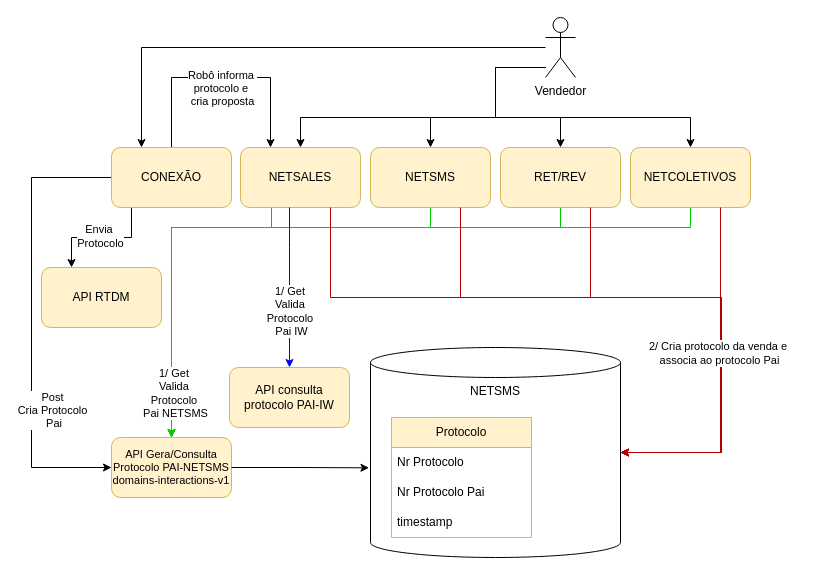
Earlier version of the draw.io diagram page "v5" (5 of 5) of 120276 /123559 - RGC765 (Atendimento) - Geração de Protocolo em Canais de Vendas.drawio (samirali/ClaroBrasil). Source tidied: cells renumbered, new cells numbered last; positions are measured from the earlier drawing's top-left corner, leaving out a move shared by most shapes. Both pictures are drawn from the tidied source at 100%, with x=0, y=0 at pixel (31, 17).
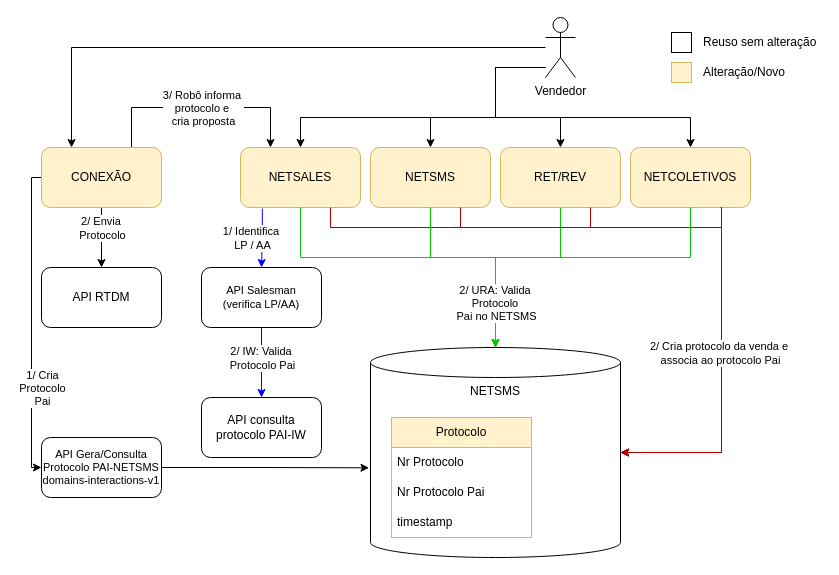
The same diagram, later.

Unchanged cells that the change refers to:
```xml
<mxCell id="3" value="NETSALES" style="rounded=1;whiteSpace=wrap;html=1;fillColor=#fff2cc;strokeColor=#d6b656;" parent="1" vertex="1">
  <mxGeometry x="209" y="130" width="120" height="60" as="geometry" />
</mxCell>
<mxCell id="5" value="NETSMS" style="rounded=1;whiteSpace=wrap;html=1;fillColor=#fff2cc;strokeColor=#d6b656;" parent="1" vertex="1">
  <mxGeometry x="339" y="130" width="120" height="60" as="geometry" />
</mxCell>
<mxCell id="7" value="RET/REV" style="rounded=1;whiteSpace=wrap;html=1;fillColor=#fff2cc;strokeColor=#d6b656;" parent="1" vertex="1">
  <mxGeometry x="469" y="130" width="120" height="60" as="geometry" />
</mxCell>
<mxCell id="9" value="NETCOLETIVOS" style="rounded=1;whiteSpace=wrap;html=1;fillColor=#fff2cc;strokeColor=#d6b656;" parent="1" vertex="1">
  <mxGeometry x="599" y="130" width="120" height="60" as="geometry" />
</mxCell>
<mxCell id="15" value="NETSMS" style="shape=cylinder3;whiteSpace=wrap;html=1;boundedLbl=1;backgroundOutline=1;size=15;verticalAlign=top;" parent="1" vertex="1">
  <mxGeometry x="339" y="330" width="250" height="210" as="geometry" />
</mxCell>
<mxCell id="23" style="edgeStyle=orthogonalEdgeStyle;rounded=0;jettySize=auto;html=1;exitX=0;exitY=0.5;exitDx=0;exitDy=0;entryX=0;entryY=0.5;entryDx=0;entryDy=0;" parent="1" edge="1" source="27" target="29">
  <mxGeometry relative="1" as="geometry">
    <Array as="points">
      <mxPoint y="160" />
      <mxPoint y="450" />
    </Array>
  </mxGeometry>
</mxCell>
```

Change to the diagram source:
```diff
@@
-    <mxCell id="2" style="edgeStyle=orthogonalEdgeStyle;rounded=0;jettySize=auto;html=1;entryX=0.5;entryY=0;entryDx=0;entryDy=0;strokeColor=#00CC00;" parent="1" edge="1" source="3" target="29">
-      <mxGeometry relative="1" as="geometry">
-        <Array as="points">
-          <mxPoint x="240" y="210" />
-          <mxPoint x="140" y="210" />
-        </Array>
-      </mxGeometry>
-    </mxCell>
+    <mxCell id="40" style="edgeStyle=orthogonalEdgeStyle;rounded=0;jettySize=auto;html=1;entryX=0.5;entryY=0;entryDx=0;entryDy=0;exitX=0.182;exitY=1.02;exitDx=0;exitDy=0;exitPerimeter=0;strokeColor=#0000FF;" parent="1" edge="1" source="3" target="45">
+      <mxGeometry relative="1" as="geometry" />
+    </mxCell>
+    <mxCell id="41" value="1/ Identifica&amp;nbsp;&lt;div&gt;LP / AA&lt;/div&gt;" style="edgeLabel;html=1;align=center;verticalAlign=middle;" parent="40" vertex="1">
+      <mxGeometry x="0.5" y="-2" relative="1" as="geometry">
+        <mxPoint x="-8" y="-15" as="offset" />
+      </mxGeometry>
+    </mxCell>
@@
-    <mxCell id="4" style="edgeStyle=orthogonalEdgeStyle;rounded=0;jettySize=auto;html=1;entryX=0.5;entryY=0;entryDx=0;entryDy=0;strokeColor=#00CC00;" parent="1" edge="1" source="5" target="29">
-      <mxGeometry relative="1" as="geometry">
-        <Array as="points">
-          <mxPoint x="399" y="210" />
-          <mxPoint x="140" y="210" />
-        </Array>
-      </mxGeometry>
-    </mxCell>
@@
-    <mxCell id="6" style="edgeStyle=orthogonalEdgeStyle;rounded=0;jettySize=auto;html=1;strokeColor=#00CC00;" parent="1" edge="1" source="7" target="29">
-      <mxGeometry relative="1" as="geometry">
-        <Array as="points">
-          <mxPoint x="529" y="210" />
-          <mxPoint x="140" y="210" />
-        </Array>
-      </mxGeometry>
-    </mxCell>
+    <mxCell id="42" style="edgeStyle=orthogonalEdgeStyle;rounded=0;jettySize=auto;html=1;strokeColor=#00CC00;" parent="1" edge="1" source="7" target="15">
+      <mxGeometry relative="1" as="geometry">
+        <Array as="points">
+          <mxPoint x="529" y="240" />
+          <mxPoint x="464" y="240" />
+        </Array>
+      </mxGeometry>
+    </mxCell>
@@
-    <mxCell id="8" style="edgeStyle=orthogonalEdgeStyle;rounded=0;jettySize=auto;html=1;strokeColor=#00CC00;" parent="1" edge="1" source="9" target="29">
-      <mxGeometry relative="1" as="geometry">
-        <Array as="points">
-          <mxPoint x="659" y="210" />
-          <mxPoint x="140" y="210" />
-        </Array>
-      </mxGeometry>
-    </mxCell>
@@
     <mxCell id="16" style="edgeStyle=orthogonalEdgeStyle;rounded=0;jettySize=auto;html=1;entryX=1;entryY=0.5;entryDx=0;entryDy=0;entryPerimeter=0;exitX=0.75;exitY=1;exitDx=0;exitDy=0;fillColor=#e51400;strokeColor=#B20000;" parent="1" edge="1" source="3" target="15">
       <mxGeometry relative="1" as="geometry">
         <Array as="points">
-          <mxPoint x="299" y="280" />
-          <mxPoint x="690" y="280" />
+          <mxPoint x="299" y="210" />
+          <mxPoint x="690" y="210" />
           <mxPoint x="690" y="435" />
         </Array>
       </mxGeometry>
     </mxCell>
     <mxCell id="17" style="edgeStyle=orthogonalEdgeStyle;rounded=0;jettySize=auto;html=1;entryX=1;entryY=0.5;entryDx=0;entryDy=0;entryPerimeter=0;exitX=0.75;exitY=1;exitDx=0;exitDy=0;fillColor=#e51400;strokeColor=#B20000;" parent="1" edge="1" source="5" target="15">
       <mxGeometry relative="1" as="geometry">
         <Array as="points">
-          <mxPoint x="429" y="280" />
-          <mxPoint x="690" y="280" />
+          <mxPoint x="429" y="210" />
+          <mxPoint x="690" y="210" />
           <mxPoint x="690" y="435" />
         </Array>
       </mxGeometry>
     </mxCell>
     <mxCell id="18" style="edgeStyle=orthogonalEdgeStyle;rounded=0;jettySize=auto;html=1;entryX=1;entryY=0.5;entryDx=0;entryDy=0;entryPerimeter=0;exitX=0.75;exitY=1;exitDx=0;exitDy=0;fillColor=#e51400;strokeColor=#B20000;" parent="1" edge="1" source="7" target="15">
       <mxGeometry relative="1" as="geometry">
         <Array as="points">
-          <mxPoint x="559" y="280" />
-          <mxPoint x="690" y="280" />
+          <mxPoint x="559" y="210" />
+          <mxPoint x="690" y="210" />
           <mxPoint x="690" y="435" />
         </Array>
       </mxGeometry>
     </mxCell>
-    <mxCell id="19" style="edgeStyle=orthogonalEdgeStyle;rounded=0;jettySize=auto;html=1;entryX=1;entryY=0.5;entryDx=0;entryDy=0;entryPerimeter=0;exitX=0.75;exitY=1;exitDx=0;exitDy=0;fillColor=#e51400;strokeColor=#B20000;" parent="1" edge="1" source="9" target="15">
-      <mxGeometry relative="1" as="geometry" />
+    <mxCell id="19" style="edgeStyle=orthogonalEdgeStyle;rounded=0;jettySize=auto;html=1;entryX=1;entryY=0.5;entryDx=0;entryDy=0;entryPerimeter=0;fillColor=#e51400;strokeColor=#B20000;exitX=0.75;exitY=1;exitDx=0;exitDy=0;" parent="1" edge="1" source="9" target="15">
+      <mxGeometry relative="1" as="geometry">
+        <Array as="points">
+          <mxPoint x="690" y="190" />
+          <mxPoint x="690" y="435" />
+        </Array>
+      </mxGeometry>
     </mxCell>
@@
-    <mxCell id="21" style="edgeStyle=orthogonalEdgeStyle;rounded=0;jettySize=auto;html=1;entryX=0.25;entryY=0;entryDx=0;entryDy=0;exitX=0.5;exitY=0;exitDx=0;exitDy=0;" parent="1" edge="1" source="27" target="3">
+    <mxCell id="21" style="edgeStyle=orthogonalEdgeStyle;rounded=0;jettySize=auto;html=1;entryX=0.25;entryY=0;entryDx=0;entryDy=0;exitX=0.75;exitY=0;exitDx=0;exitDy=0;" parent="1" edge="1" source="27" target="3">
       <mxGeometry relative="1" as="geometry">
         <Array as="points">
-          <mxPoint x="140" y="60" />
-          <mxPoint x="239" y="60" />
+          <mxPoint x="100" y="90" />
+          <mxPoint x="239" y="90" />
         </Array>
       </mxGeometry>
     </mxCell>
-    <mxCell id="22" value="Robô informa&amp;nbsp;&lt;div&gt;protocolo e&amp;nbsp;&lt;/div&gt;&lt;div&gt;cria proposta&lt;/div&gt;" style="edgeLabel;html=1;align=center;verticalAlign=middle;" parent="21" vertex="1">
+    <mxCell id="22" value="3/ Robô informa&amp;nbsp;&lt;div&gt;protocolo e&amp;nbsp;&lt;/div&gt;&lt;div&gt;cria proposta&lt;/div&gt;" style="edgeLabel;html=1;align=center;verticalAlign=middle;" parent="21" vertex="1">
       <mxGeometry x="-0.05" y="2" relative="1" as="geometry">
-        <mxPoint x="6" y="12" as="offset" />
+        <mxPoint x="7" y="2" as="offset" />
       </mxGeometry>
     </mxCell>
@@
-    <mxCell id="24" value="Post&lt;div&gt;Cria Protocolo&lt;/div&gt;&lt;div&gt;&amp;nbsp;Pai&lt;/div&gt;" style="edgeLabel;html=1;align=center;verticalAlign=middle;" parent="23" vertex="1">
+    <mxCell id="24" value="&lt;div&gt;1/ Cria&lt;/div&gt;&lt;div&gt;Protocolo&lt;/div&gt;&lt;div&gt;&lt;span style=&quot;background-color: light-dark(#ffffff, var(--ge-dark-color, #121212)); color: light-dark(rgb(0, 0, 0), rgb(255, 255, 255));&quot;&gt;Pai&lt;/span&gt;&lt;/div&gt;" style="edgeLabel;html=1;align=center;verticalAlign=middle;" parent="23" vertex="1">
       <mxGeometry x="-0.27" relative="1" as="geometry">
-        <mxPoint x="20" y="148" as="offset" />
+        <mxPoint x="10" y="107" as="offset" />
       </mxGeometry>
     </mxCell>
-    <mxCell id="25" style="edgeStyle=orthogonalEdgeStyle;rounded=0;jettySize=auto;html=1;entryX=0.25;entryY=0;entryDx=0;entryDy=0;" parent="1" edge="1" source="27" target="39">
-      <mxGeometry relative="1" as="geometry">
-        <Array as="points">
-          <mxPoint x="100" y="220" />
-          <mxPoint x="40" y="220" />
-        </Array>
-      </mxGeometry>
+    <mxCell id="25" style="edgeStyle=orthogonalEdgeStyle;rounded=0;jettySize=auto;html=1;entryX=0.5;entryY=0;entryDx=0;entryDy=0;exitX=0.5;exitY=1;exitDx=0;exitDy=0;" parent="1" edge="1" source="27" target="39">
+      <mxGeometry relative="1" as="geometry" />
     </mxCell>
-    <mxCell id="26" value="Envia&amp;nbsp;&lt;div&gt;Protocolo&lt;/div&gt;" style="edgeLabel;html=1;align=center;verticalAlign=middle;" parent="25" vertex="1">
+    <mxCell id="26" value="2/ Envia&amp;nbsp;&lt;div&gt;Protocolo&lt;/div&gt;" style="edgeLabel;html=1;align=center;verticalAlign=middle;" parent="25" vertex="1">
       <mxGeometry x="0.2" y="-2" relative="1" as="geometry">
-        <mxPoint x="10" as="offset" />
+        <mxPoint x="2" y="-16" as="offset" />
       </mxGeometry>
     </mxCell>
     <mxCell id="27" value="CONEXÃO" style="rounded=1;whiteSpace=wrap;html=1;fillColor=#fff2cc;strokeColor=#d6b656;" parent="1" vertex="1">
-      <mxGeometry x="80" y="130" width="120" height="60" as="geometry" />
+      <mxGeometry x="10" y="130" width="120" height="60" as="geometry" />
     </mxCell>
@@
-    <mxCell id="29" value="API Gera/Consulta Protocolo PAI-NETSMS&lt;div&gt;domains-interactions-v1&lt;/div&gt;" style="rounded=1;whiteSpace=wrap;html=1;fillColor=#fff2cc;strokeColor=#d6b656;fontSize=11;" parent="1" vertex="1">
-      <mxGeometry x="80" y="420" width="120" height="60" as="geometry" />
+    <mxCell id="29" value="API Gera/Consulta Protocolo PAI-NETSMS&lt;div&gt;domains-interactions-v1&lt;/div&gt;" style="rounded=1;whiteSpace=wrap;html=1;fontSize=11;" parent="1" vertex="1">
+      <mxGeometry x="10" y="420" width="120" height="60" as="geometry" />
     </mxCell>
@@
-    <mxCell id="35" value="API consulta protocolo PAI-IW" style="rounded=1;whiteSpace=wrap;html=1;fillColor=#fff2cc;strokeColor=#d6b656;" parent="1" vertex="1">
-      <mxGeometry x="198" y="350" width="120" height="60" as="geometry" />
+    <mxCell id="35" value="API consulta protocolo PAI-IW" style="rounded=1;whiteSpace=wrap;html=1;" parent="1" vertex="1">
+      <mxGeometry x="170" y="380" width="120" height="60" as="geometry" />
     </mxCell>
-    <mxCell id="36" style="edgeStyle=orthogonalEdgeStyle;rounded=0;jettySize=auto;html=1;strokeColor=#0000FF;" parent="1" edge="1" source="3" target="35">
-      <mxGeometry relative="1" as="geometry">
-        <Array as="points">
-          <mxPoint x="258" y="230" />
-          <mxPoint x="258" y="230" />
-        </Array>
-      </mxGeometry>
-    </mxCell>
-    <mxCell id="37" value="1/ Get&amp;nbsp;&lt;div&gt;Valida&amp;nbsp;&lt;/div&gt;&lt;div&gt;Protocolo&amp;nbsp;&lt;/div&gt;&lt;div&gt;Pai IW&lt;/div&gt;" style="edgeLabel;html=1;align=center;verticalAlign=middle;" parent="36" vertex="1">
-      <mxGeometry x="0.29" y="1" relative="1" as="geometry" />
-    </mxCell>
-    <mxCell id="38" value="1/ Get&amp;nbsp;&lt;div&gt;Valida&amp;nbsp;&lt;/div&gt;&lt;div&gt;Protocolo&amp;nbsp;&lt;/div&gt;&lt;div&gt;Pai NETSMS&lt;/div&gt;" style="edgeLabel;html=1;align=center;verticalAlign=middle;" parent="1" vertex="1">
-      <mxGeometry x="230" y="400" as="geometry">
-        <mxPoint x="-87" y="-25" as="offset" />
-      </mxGeometry>
-    </mxCell>
-    <mxCell id="39" value="API RTDM" style="rounded=1;whiteSpace=wrap;html=1;fillColor=#fff2cc;strokeColor=#d6b656;" parent="1" vertex="1">
+    <mxCell id="39" value="API RTDM" style="rounded=1;whiteSpace=wrap;html=1;" parent="1" vertex="1">
       <mxGeometry x="10" y="250" width="120" height="60" as="geometry" />
     </mxCell>
+    <mxCell id="43" style="edgeStyle=orthogonalEdgeStyle;rounded=0;jettySize=auto;html=1;entryX=0.5;entryY=0;entryDx=0;entryDy=0;strokeColor=#0000FF;" parent="1" edge="1" target="35">
+      <mxGeometry relative="1" as="geometry">
+        <mxPoint x="230" y="300" as="sourcePoint" />
+        <Array as="points">
+          <mxPoint x="230" y="370" />
+          <mxPoint x="230" y="370" />
+        </Array>
+      </mxGeometry>
+    </mxCell>
+    <mxCell id="44" value="2/ IW: &lt;span style=&quot;background-color: light-dark(#ffffff, var(--ge-dark-color, #121212)); color: light-dark(rgb(0, 0, 0), rgb(255, 255, 255));&quot;&gt;Valida&amp;nbsp;&lt;/span&gt;&lt;div&gt;Protocolo&amp;nbsp;&lt;span style=&quot;background-color: light-dark(#ffffff, var(--ge-dark-color, #121212)); color: light-dark(rgb(0, 0, 0), rgb(255, 255, 255));&quot;&gt;Pai&lt;/span&gt;&lt;/div&gt;" style="edgeLabel;html=1;align=center;verticalAlign=middle;" parent="43" vertex="1">
+      <mxGeometry x="-0.29" y="1" relative="1" as="geometry">
+        <mxPoint x="-1" y="12" as="offset" />
+      </mxGeometry>
+    </mxCell>
+    <mxCell id="45" value="API Salesman&lt;div&gt;(verifica LP/AA)&lt;/div&gt;" style="rounded=1;whiteSpace=wrap;html=1;fontSize=11;" parent="1" vertex="1">
+      <mxGeometry x="170" y="250" width="120" height="60" as="geometry" />
+    </mxCell>
+    <mxCell id="46" style="edgeStyle=orthogonalEdgeStyle;rounded=0;jettySize=auto;html=1;entryX=0.5;entryY=0;entryDx=0;entryDy=0;entryPerimeter=0;strokeColor=#00CC00;" parent="1" edge="1" source="3" target="15">
+      <mxGeometry relative="1" as="geometry">
+        <Array as="points">
+          <mxPoint x="269" y="240" />
+          <mxPoint x="464" y="240" />
+        </Array>
+      </mxGeometry>
+    </mxCell>
+    <mxCell id="47" style="edgeStyle=orthogonalEdgeStyle;rounded=0;jettySize=auto;html=1;entryX=0.5;entryY=0;entryDx=0;entryDy=0;entryPerimeter=0;strokeColor=#00CC00;" parent="1" edge="1" source="5" target="15">
+      <mxGeometry relative="1" as="geometry">
+        <Array as="points">
+          <mxPoint x="399" y="240" />
+          <mxPoint x="464" y="240" />
+        </Array>
+      </mxGeometry>
+    </mxCell>
+    <mxCell id="48" style="edgeStyle=orthogonalEdgeStyle;rounded=0;jettySize=auto;html=1;entryX=0.5;entryY=0;entryDx=0;entryDy=0;entryPerimeter=0;strokeColor=#00CC00;" parent="1" edge="1" source="9" target="15">
+      <mxGeometry relative="1" as="geometry">
+        <Array as="points">
+          <mxPoint x="659" y="240" />
+          <mxPoint x="464" y="240" />
+        </Array>
+      </mxGeometry>
+    </mxCell>
+    <mxCell id="49" value="2/ URA:&amp;nbsp;&lt;span style=&quot;color: light-dark(rgb(0, 0, 0), rgb(255, 255, 255));&quot;&gt;Valida&amp;nbsp;&lt;/span&gt;&lt;div&gt;Protocolo&amp;nbsp;&lt;/div&gt;&lt;div&gt;Pai no NETSMS&lt;/div&gt;" style="edgeLabel;html=1;align=center;verticalAlign=middle;" parent="48" vertex="1">
+      <mxGeometry x="0.73" relative="1" as="geometry" />
+    </mxCell>
+    <mxCell id="50" style="group;align=left;" parent="1" vertex="1">
+      <mxGeometry x="640" y="10" width="150" height="30" as="geometry" />
+    </mxCell>
+    <mxCell id="51" style="rounded=0;whiteSpace=wrap;html=1;" parent="50" vertex="1">
+      <mxGeometry y="5" width="20" height="20" as="geometry" />
+    </mxCell>
+    <mxCell id="52" value="Reuso sem alteração" style="text;html=1;align=left;verticalAlign=middle;whiteSpace=wrap;rounded=0;" parent="50" vertex="1">
+      <mxGeometry x="30" width="120" height="30" as="geometry" />
+    </mxCell>
+    <mxCell id="53" style="group;align=left;" parent="1" vertex="1">
+      <mxGeometry x="640" y="40" width="150" height="30" as="geometry" />
+    </mxCell>
+    <mxCell id="54" style="rounded=0;whiteSpace=wrap;html=1;fillColor=#fff2cc;strokeColor=#d6b656;" parent="53" vertex="1">
+      <mxGeometry y="5" width="20" height="20" as="geometry" />
+    </mxCell>
+    <mxCell id="55" value="Alteração/Novo" style="text;html=1;align=left;verticalAlign=middle;whiteSpace=wrap;rounded=0;" parent="53" vertex="1">
+      <mxGeometry x="30" width="120" height="30" as="geometry" />
+    </mxCell>
```
